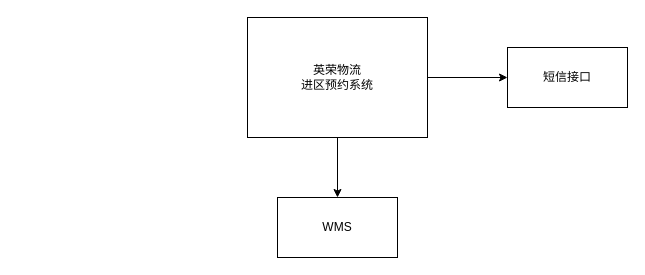
Earlier version of the draw.io diagram page "系统上下文" (2 of 2) of shrine-doc/进区预约系统.drawio (easefulfil/CLOUDCARE). Source tidied: cells renumbered, new cells numbered last; positions are measured from the earlier drawing's top-left corner, leaving out a move shared by most shapes. Both pictures are drawn from the tidied source at 100%, with x=0, y=0 at pixel (247, 17).
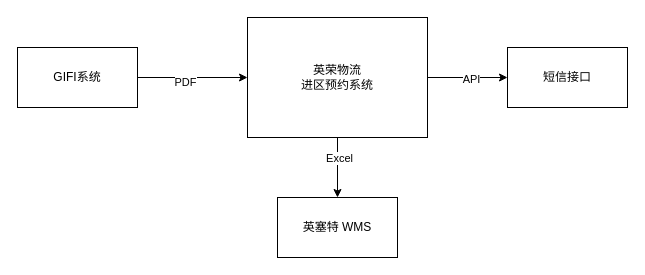
The same page after the edit.

What changed in the source:
```diff
@@
 <mxGraphModel>
   <root>
     <mxCell id="0" />
     <mxCell id="1" parent="0" />
     <mxCell id="2" style="edgeStyle=orthogonalEdgeStyle;rounded=0;jettySize=auto;html=1;entryX=0.5;entryY=0;entryDx=0;entryDy=0;" parent="1" edge="1" source="4" target="5">
       <mxGeometry relative="1" as="geometry" />
     </mxCell>
+    <mxCell id="7" value="Excel" style="edgeLabel;html=1;align=center;verticalAlign=middle;" parent="2" vertex="1">
+      <mxGeometry x="-0.33" y="1" relative="1" as="geometry" />
+    </mxCell>
     <mxCell id="3" style="edgeStyle=orthogonalEdgeStyle;rounded=0;jettySize=auto;html=1;" parent="1" edge="1" source="4" target="6">
       <mxGeometry relative="1" as="geometry" />
     </mxCell>
+    <mxCell id="8" value="API" style="edgeLabel;html=1;align=center;verticalAlign=middle;" parent="3" vertex="1">
+      <mxGeometry x="0.07" y="-1" relative="1" as="geometry" />
+    </mxCell>
     <mxCell id="4" value="英荣物流&lt;br&gt;进区预约系统" style="rounded=0;whiteSpace=wrap;html=1;" parent="1" vertex="1">
       <mxGeometry width="180" height="120" as="geometry" />
     </mxCell>
-    <mxCell id="5" value="WMS" style="rounded=0;whiteSpace=wrap;html=1;" parent="1" vertex="1">
+    <mxCell id="5" value="英塞特 WMS" style="rounded=0;whiteSpace=wrap;html=1;" parent="1" vertex="1">
       <mxGeometry x="30" y="180" width="120" height="60" as="geometry" />
     </mxCell>
     <mxCell id="6" value="短信接口" style="rounded=0;whiteSpace=wrap;html=1;" parent="1" vertex="1">
       <mxGeometry x="260" y="30" width="120" height="60" as="geometry" />
     </mxCell>
+    <mxCell id="9" style="edgeStyle=orthogonalEdgeStyle;rounded=0;jettySize=auto;html=1;" parent="1" edge="1" source="11" target="4">
+      <mxGeometry relative="1" as="geometry" />
+    </mxCell>
+    <mxCell id="10" value="PDF" style="edgeLabel;html=1;align=center;verticalAlign=middle;" parent="9" vertex="1">
+      <mxGeometry x="-0.15" y="-4" relative="1" as="geometry" />
+    </mxCell>
+    <mxCell id="11" value="GIFI系统" style="rounded=0;whiteSpace=wrap;html=1;" parent="1" vertex="1">
+      <mxGeometry x="-230" y="30" width="120" height="60" as="geometry" />
+    </mxCell>
   </root>
 </mxGraphModel>
```
